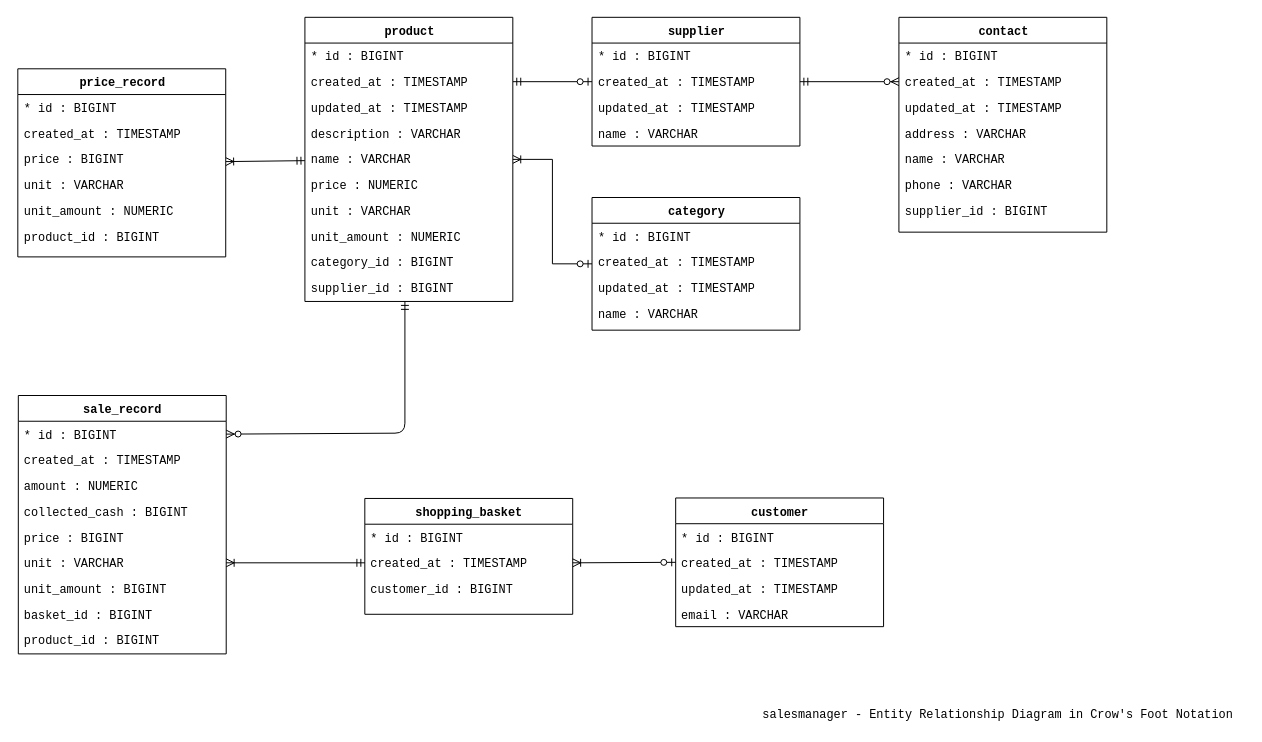
Before: docs/drawio/entity_relationship_diagram.drawio in muhammednursoy/salesmanager, a draw.io diagram. Source tidied: cells renumbered, new cells numbered last; positions are measured from the earlier drawing's top-left corner, leaving out a move shared by most shapes. Both pictures are drawn from the tidied source at 99%, with x=0, y=0 at pixel (18, 17).
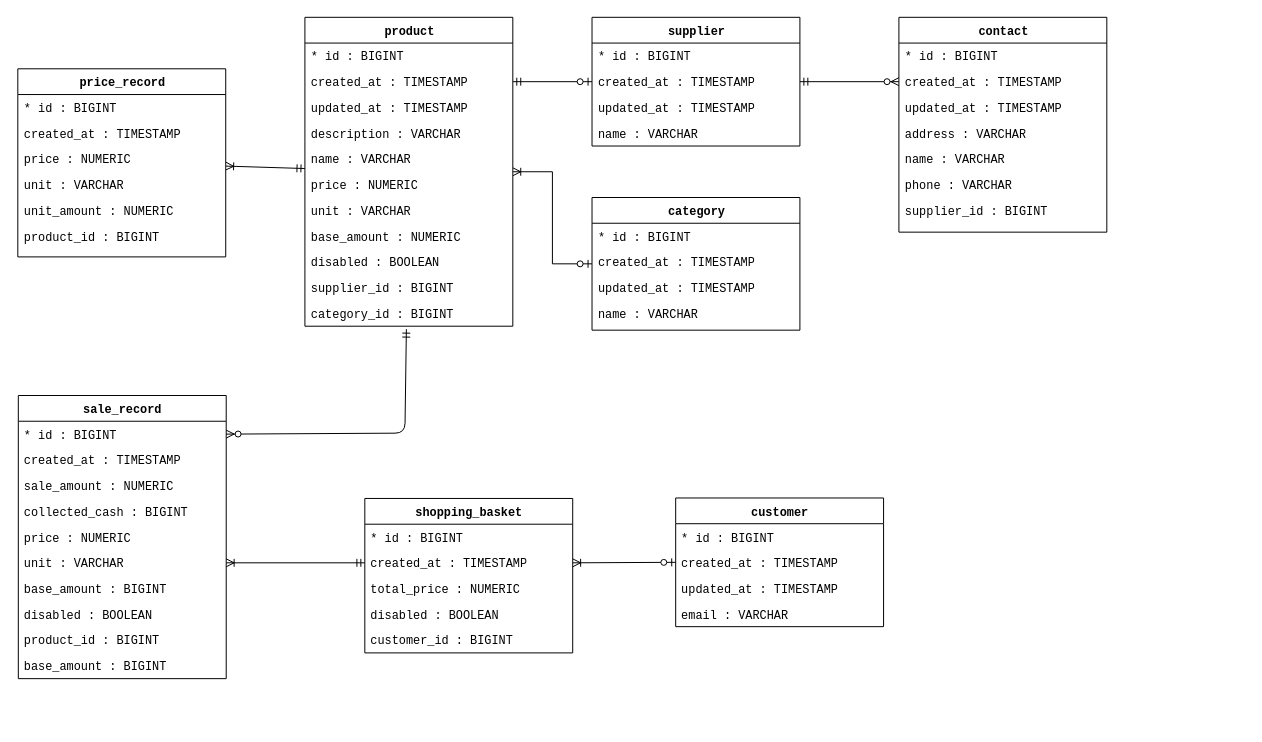
After the change.

Unchanged cells that the change refers to:
```xml
<mxCell id="3" value="&lt;font face=&quot;Courier New&quot;&gt;* id : BIGINT&lt;/font&gt;" style="text;html=1;strokeColor=none;fillColor=none;align=left;verticalAlign=top;spacingLeft=4;spacingRight=4;whiteSpace=wrap;overflow=hidden;points=[[0,0.5],[1,0.5]];portConstraint=eastwest;" parent="2" vertex="1">
  <mxGeometry y="26" width="210" height="26" as="geometry" />
</mxCell>
<mxCell id="34" value="&lt;font face=&quot;Courier New&quot;&gt;supplier_id : BIGINT&lt;/font&gt;" style="text;html=1;strokeColor=none;fillColor=none;align=left;verticalAlign=top;spacingLeft=4;spacingRight=4;whiteSpace=wrap;overflow=hidden;points=[[0,0.5],[1,0.5]];portConstraint=eastwest;" parent="24" vertex="1">
  <mxGeometry y="260" width="210" height="26" as="geometry" />
</mxCell>
<mxCell id="35" value="&lt;font face=&quot;Courier New&quot;&gt;price_record&lt;/font&gt;&lt;br&gt;" style="swimlane;html=1;fontStyle=1;align=center;verticalAlign=top;horizontal=1;startSize=26;swimlaneFillColor=#ffffff;rounded=0;shadow=0;comic=0;labelBackgroundColor=none;strokeColor=#000000;strokeWidth=1;fillColor=none;fontFamily=Verdana;fontSize=12;fontColor=#000000;" parent="1" vertex="1">
  <mxGeometry x="-0.5" y="52" width="210" height="190" as="geometry" />
</mxCell>
```

Diff of the diagram source:
```diff
@@
     <mxCell id="2" value="&lt;font face=&quot;Courier New&quot;&gt;sale_record&lt;br&gt;&lt;/font&gt;&lt;br&gt;" style="swimlane;html=1;fontStyle=1;align=center;verticalAlign=top;horizontal=1;startSize=26;swimlaneFillColor=#ffffff;rounded=0;shadow=0;comic=0;labelBackgroundColor=none;strokeColor=#000000;strokeWidth=1;fillColor=none;fontFamily=Verdana;fontSize=12;fontColor=#000000;" parent="1" vertex="1">
-      <mxGeometry y="382" width="210" height="261" as="geometry" />
+      <mxGeometry y="382" width="210" height="286" as="geometry" />
     </mxCell>
@@
-    <mxCell id="5" value="&lt;font face=&quot;Courier New&quot;&gt;amount : NUMERIC&lt;/font&gt;" style="text;html=1;strokeColor=none;fillColor=none;align=left;verticalAlign=top;spacingLeft=4;spacingRight=4;whiteSpace=wrap;overflow=hidden;" parent="2" vertex="1">
+    <mxCell id="5" value="&lt;font face=&quot;Courier New&quot;&gt;sale_amount : NUMERIC&lt;/font&gt;" style="text;html=1;strokeColor=none;fillColor=none;align=left;verticalAlign=top;spacingLeft=4;spacingRight=4;whiteSpace=wrap;overflow=hidden;" parent="2" vertex="1">
       <mxGeometry y="78" width="210" height="26" as="geometry" />
     </mxCell>
@@
-    <mxCell id="7" value="&lt;font face=&quot;Courier New&quot;&gt;price : BIGINT&lt;/font&gt;" style="text;html=1;strokeColor=none;fillColor=none;align=left;verticalAlign=top;spacingLeft=4;spacingRight=4;whiteSpace=wrap;overflow=hidden;" parent="2" vertex="1">
+    <mxCell id="7" value="&lt;font face=&quot;Courier New&quot;&gt;price : NUMERIC&lt;/font&gt;" style="text;html=1;strokeColor=none;fillColor=none;align=left;verticalAlign=top;spacingLeft=4;spacingRight=4;whiteSpace=wrap;overflow=hidden;" parent="2" vertex="1">
       <mxGeometry y="130" width="210" height="26" as="geometry" />
     </mxCell>
@@
-    <mxCell id="9" value="&lt;font face=&quot;Courier New&quot;&gt;unit_amount : BIGINT&lt;/font&gt;" style="text;html=1;strokeColor=none;fillColor=none;align=left;verticalAlign=top;spacingLeft=4;spacingRight=4;whiteSpace=wrap;overflow=hidden;" parent="2" vertex="1">
+    <mxCell id="9" value="&lt;font face=&quot;Courier New&quot;&gt;base_amount : BIGINT&lt;/font&gt;" style="text;html=1;strokeColor=none;fillColor=none;align=left;verticalAlign=top;spacingLeft=4;spacingRight=4;whiteSpace=wrap;overflow=hidden;" parent="2" vertex="1">
       <mxGeometry y="182" width="210" height="26" as="geometry" />
     </mxCell>
-    <mxCell id="10" value="&lt;font face=&quot;Courier New&quot;&gt;basket_id : BIGINT&lt;/font&gt;" style="text;html=1;strokeColor=none;fillColor=none;align=left;verticalAlign=top;spacingLeft=4;spacingRight=4;whiteSpace=wrap;overflow=hidden;" parent="2" vertex="1">
+    <mxCell id="10" value="&lt;font face=&quot;Courier New&quot;&gt;disabled : BOOLEAN&lt;/font&gt;" style="text;html=1;strokeColor=none;fillColor=none;align=left;verticalAlign=top;spacingLeft=4;spacingRight=4;whiteSpace=wrap;overflow=hidden;" parent="2" vertex="1">
       <mxGeometry y="208" width="210" height="26" as="geometry" />
     </mxCell>
@@
+    <mxCell id="65" value="&lt;font face=&quot;Courier New&quot;&gt;base_amount : BIGINT&lt;/font&gt;" style="text;html=1;strokeColor=none;fillColor=none;align=left;verticalAlign=top;spacingLeft=4;spacingRight=4;whiteSpace=wrap;overflow=hidden;" parent="2" vertex="1">
+      <mxGeometry y="260" width="210" height="26" as="geometry" />
+    </mxCell>
     <mxCell id="12" value="&lt;font face=&quot;Courier New&quot;&gt;shopping_basket&lt;/font&gt;" style="swimlane;html=1;fontStyle=1;align=center;verticalAlign=top;horizontal=1;startSize=26;swimlaneFillColor=#ffffff;rounded=0;shadow=0;comic=0;labelBackgroundColor=none;strokeColor=#000000;strokeWidth=1;fillColor=none;fontFamily=Verdana;fontSize=12;fontColor=#000000;" parent="1" vertex="1">
-      <mxGeometry x="350" y="486" width="210" height="117" as="geometry" />
+      <mxGeometry x="350" y="486" width="210" height="156" as="geometry" />
     </mxCell>
@@
-    <mxCell id="15" value="&lt;font face=&quot;Courier New&quot;&gt;customer_id : BIGINT&lt;/font&gt;" style="text;html=1;strokeColor=none;fillColor=none;align=left;verticalAlign=top;spacingLeft=4;spacingRight=4;whiteSpace=wrap;overflow=hidden;" parent="12" vertex="1">
+    <mxCell id="15" value="&lt;font face=&quot;Courier New&quot;&gt;total_price : NUMERIC&lt;/font&gt;" style="text;html=1;strokeColor=none;fillColor=none;align=left;verticalAlign=top;spacingLeft=4;spacingRight=4;whiteSpace=wrap;overflow=hidden;" parent="12" vertex="1">
       <mxGeometry y="78" width="210" height="26" as="geometry" />
     </mxCell>
+    <mxCell id="66" value="&lt;font face=&quot;Courier New&quot;&gt;disabled : BOOLEAN&lt;/font&gt;" style="text;html=1;strokeColor=none;fillColor=none;align=left;verticalAlign=top;spacingLeft=4;spacingRight=4;whiteSpace=wrap;overflow=hidden;" parent="12" vertex="1">
+      <mxGeometry y="104" width="210" height="26" as="geometry" />
+    </mxCell>
+    <mxCell id="67" value="&lt;font face=&quot;Courier New&quot;&gt;customer_id : BIGINT&lt;/font&gt;" style="text;html=1;strokeColor=none;fillColor=none;align=left;verticalAlign=top;spacingLeft=4;spacingRight=4;whiteSpace=wrap;overflow=hidden;" parent="12" vertex="1">
+      <mxGeometry y="130" width="210" height="26" as="geometry" />
+    </mxCell>
@@
     <mxCell id="24" value="&lt;font face=&quot;Courier New&quot;&gt;product&lt;/font&gt;&lt;br&gt;" style="swimlane;html=1;fontStyle=1;align=center;verticalAlign=top;horizontal=1;startSize=26;swimlaneFillColor=#ffffff;rounded=0;shadow=0;comic=0;labelBackgroundColor=none;strokeColor=#000000;strokeWidth=1;fillColor=none;fontFamily=Verdana;fontSize=12;fontColor=#000000;" parent="1" vertex="1">
-      <mxGeometry x="289.5" width="210" height="287" as="geometry" />
+      <mxGeometry x="289.5" width="210" height="312" as="geometry" />
     </mxCell>
@@
-    <mxCell id="32" value="&lt;font face=&quot;Courier New&quot;&gt;unit_amount : NUMERIC&lt;/font&gt;" style="text;html=1;strokeColor=none;fillColor=none;align=left;verticalAlign=top;spacingLeft=4;spacingRight=4;whiteSpace=wrap;overflow=hidden;" parent="24" vertex="1">
+    <mxCell id="32" value="&lt;font face=&quot;Courier New&quot;&gt;base_amount : NUMERIC&lt;/font&gt;" style="text;html=1;strokeColor=none;fillColor=none;align=left;verticalAlign=top;spacingLeft=4;spacingRight=4;whiteSpace=wrap;overflow=hidden;" parent="24" vertex="1">
       <mxGeometry y="208" width="210" height="26" as="geometry" />
     </mxCell>
-    <mxCell id="33" value="&lt;font face=&quot;Courier New&quot;&gt;category_id : BIGINT&lt;/font&gt;" style="text;html=1;strokeColor=none;fillColor=none;align=left;verticalAlign=top;spacingLeft=4;spacingRight=4;whiteSpace=wrap;overflow=hidden;" parent="24" vertex="1">
+    <mxCell id="33" value="&lt;font face=&quot;Courier New&quot;&gt;disabled : BOOLEAN&lt;/font&gt;" style="text;html=1;strokeColor=none;fillColor=none;align=left;verticalAlign=top;spacingLeft=4;spacingRight=4;whiteSpace=wrap;overflow=hidden;" parent="24" vertex="1">
       <mxGeometry y="234" width="210" height="26" as="geometry" />
     </mxCell>
@@
+    <mxCell id="68" value="&lt;font face=&quot;Courier New&quot;&gt;category_id : BIGINT&lt;/font&gt;" style="text;html=1;strokeColor=none;fillColor=none;align=left;verticalAlign=top;spacingLeft=4;spacingRight=4;whiteSpace=wrap;overflow=hidden;points=[[0,0.5],[1,0.5]];portConstraint=eastwest;" parent="24" vertex="1">
+      <mxGeometry y="286" width="210" height="26" as="geometry" />
+    </mxCell>
@@
-    <mxCell id="38" value="&lt;font face=&quot;Courier New&quot;&gt;price : BIGINT&lt;/font&gt;" style="text;html=1;strokeColor=none;fillColor=none;align=left;verticalAlign=top;spacingLeft=4;spacingRight=4;whiteSpace=wrap;overflow=hidden;" parent="35" vertex="1">
+    <mxCell id="38" value="&lt;font face=&quot;Courier New&quot;&gt;price : NUMERIC&lt;/font&gt;" style="text;html=1;strokeColor=none;fillColor=none;align=left;verticalAlign=top;spacingLeft=4;spacingRight=4;whiteSpace=wrap;overflow=hidden;" parent="35" vertex="1">
       <mxGeometry y="78" width="210" height="26" as="geometry" />
     </mxCell>
@@
-    <mxCell id="62" style="fontSize=12;html=1;endArrow=ERzeroToMany;exitX=0.481;exitY=1.038;exitDx=0;exitDy=0;entryX=1;entryY=0.5;entryDx=0;entryDy=0;endFill=1;startArrow=ERmandOne;startFill=0;exitPerimeter=0;" parent="1" edge="1" source="34" target="3">
+    <mxCell id="62" style="fontSize=12;html=1;endArrow=ERzeroToMany;entryX=1;entryY=0.5;entryDx=0;entryDy=0;endFill=1;startArrow=ERmandOne;startFill=0;exitX=0.488;exitY=1.115;exitDx=0;exitDy=0;exitPerimeter=0;" parent="1" edge="1" source="68" target="3">
       <mxGeometry relative="1" as="geometry">
         <Array as="points">
           <mxPoint x="390.5" y="420" />
         </Array>
       </mxGeometry>
     </mxCell>
@@
-    <mxCell id="64" value="&lt;font face=&quot;Courier New&quot;&gt;salesmanager - Entity Relationship&amp;nbsp;Diagram in Crow's Foot Notation&lt;/font&gt;" style="text;html=1;align=left;verticalAlign=top;spacingTop=-4;" parent="1" vertex="1">
-      <mxGeometry x="749.5" y="694" width="490" height="20" as="geometry" />
-    </mxCell>
```
